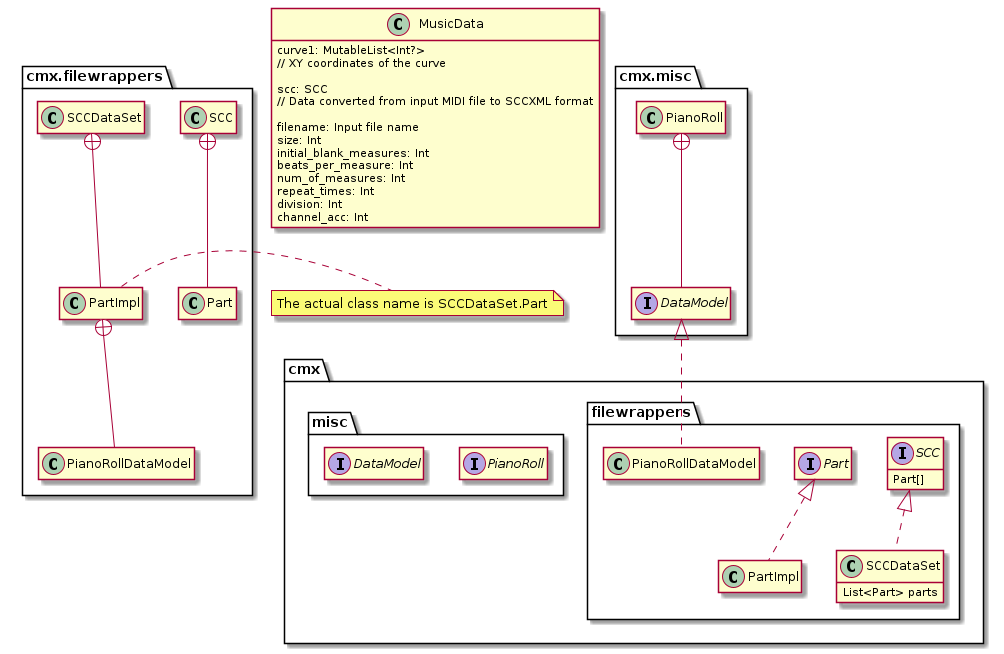
Above: diagrams/test3.png in fujiij/plantuml (PlantUML), before the change.
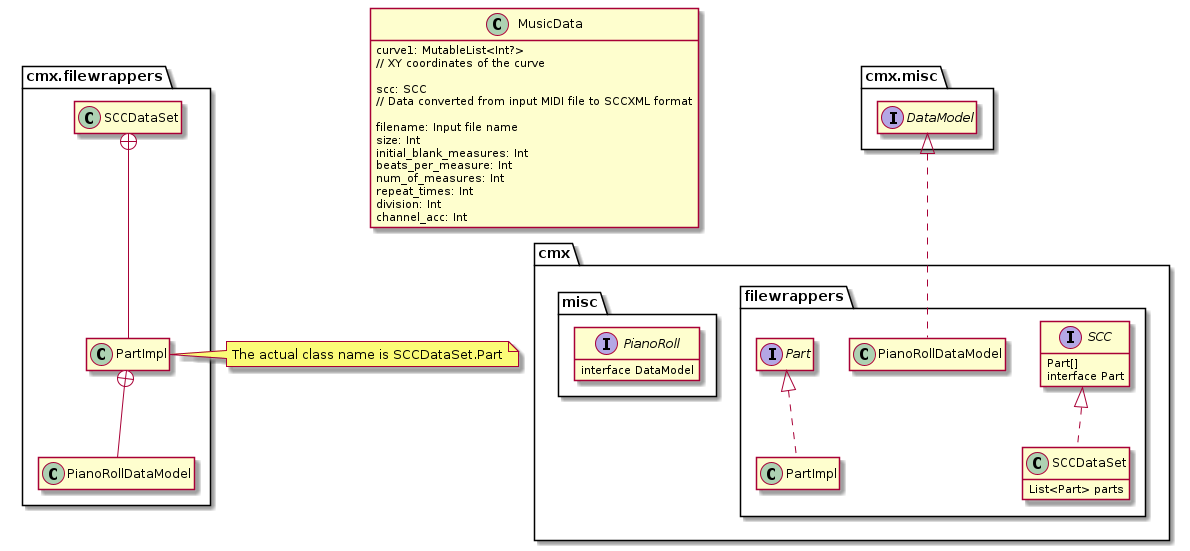
The same diagram one commit later.

Commit message:
Auto-generate PlantUML diagrams

Change to the diagram source:
```diff
@@ -22,8 +22,8 @@
     package "filewrappers" {
         interface SCC {
             Part[]
+            interface Part
         }
-        interface Part
         class SCCDataSet implements SCC {
             List<Part> parts
         }
@@ -31,13 +31,11 @@
         class PartImpl implements Part
     }
     package "misc" {
-        interface PianoRoll
-        interface DataModel
+        interface PianoRoll {
+            interface DataModel
+        }
     }
 }
-
-cmx.filewrappers.SCC +-- cmx.filewrappers.Part
-cmx.misc.PianoRoll +-- cmx.misc.DataModel
 
 cmx.filewrappers.SCCDataSet +-- cmx.filewrappers.PartImpl
 note right of cmx.filewrappers.PartImpl
```
